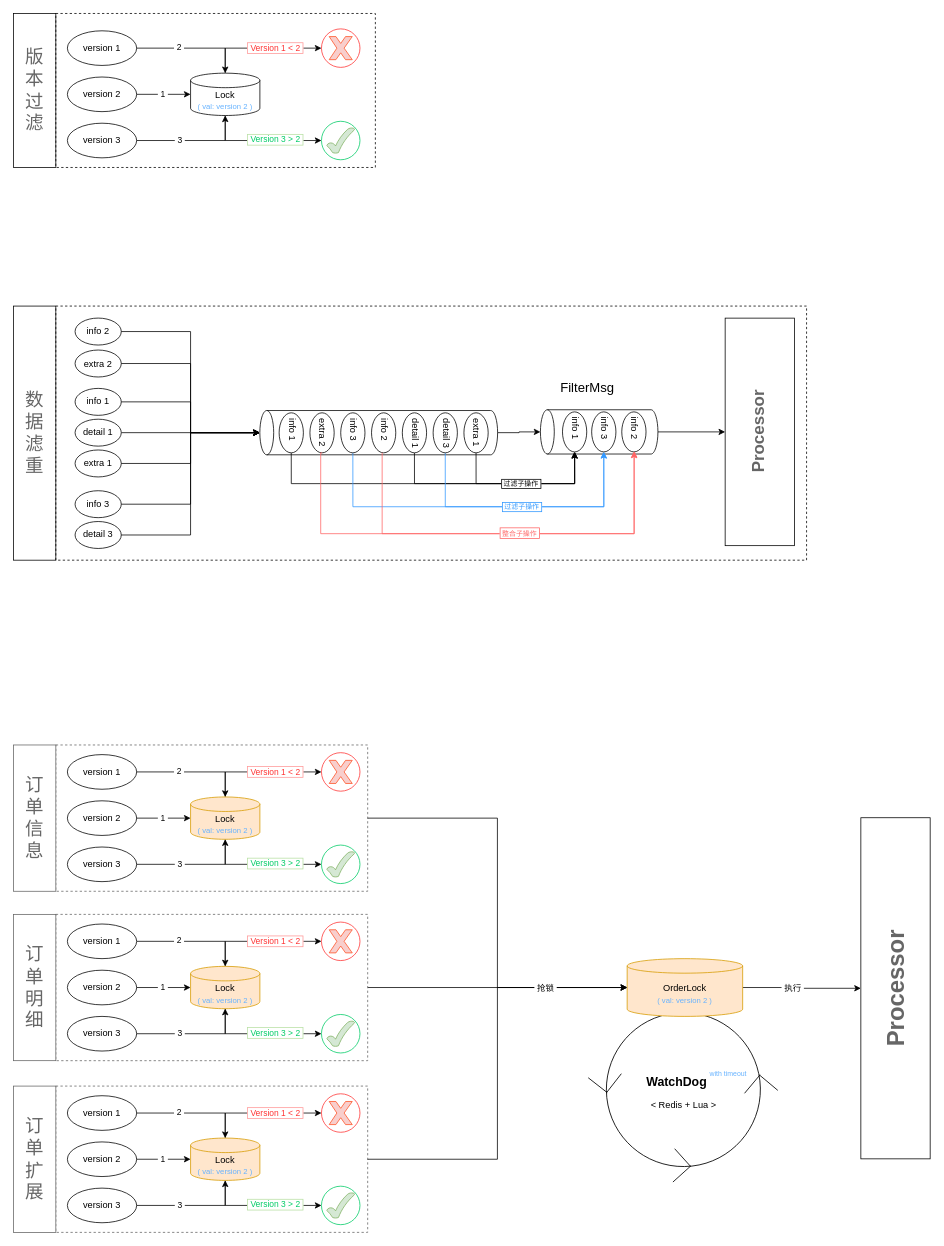
Earlier version of the draw.io diagram page "解决方案" (5 of 5) of order2es-arch-flow.drawio (kugouming/flow-process). Source tidied: cells renumbered, new cells numbered last; positions are measured from the earlier drawing's top-left corner, leaving out a move shared by most shapes. Both pictures are drawn from the tidied source at 77%, with x=0, y=0 at pixel (13, 13).
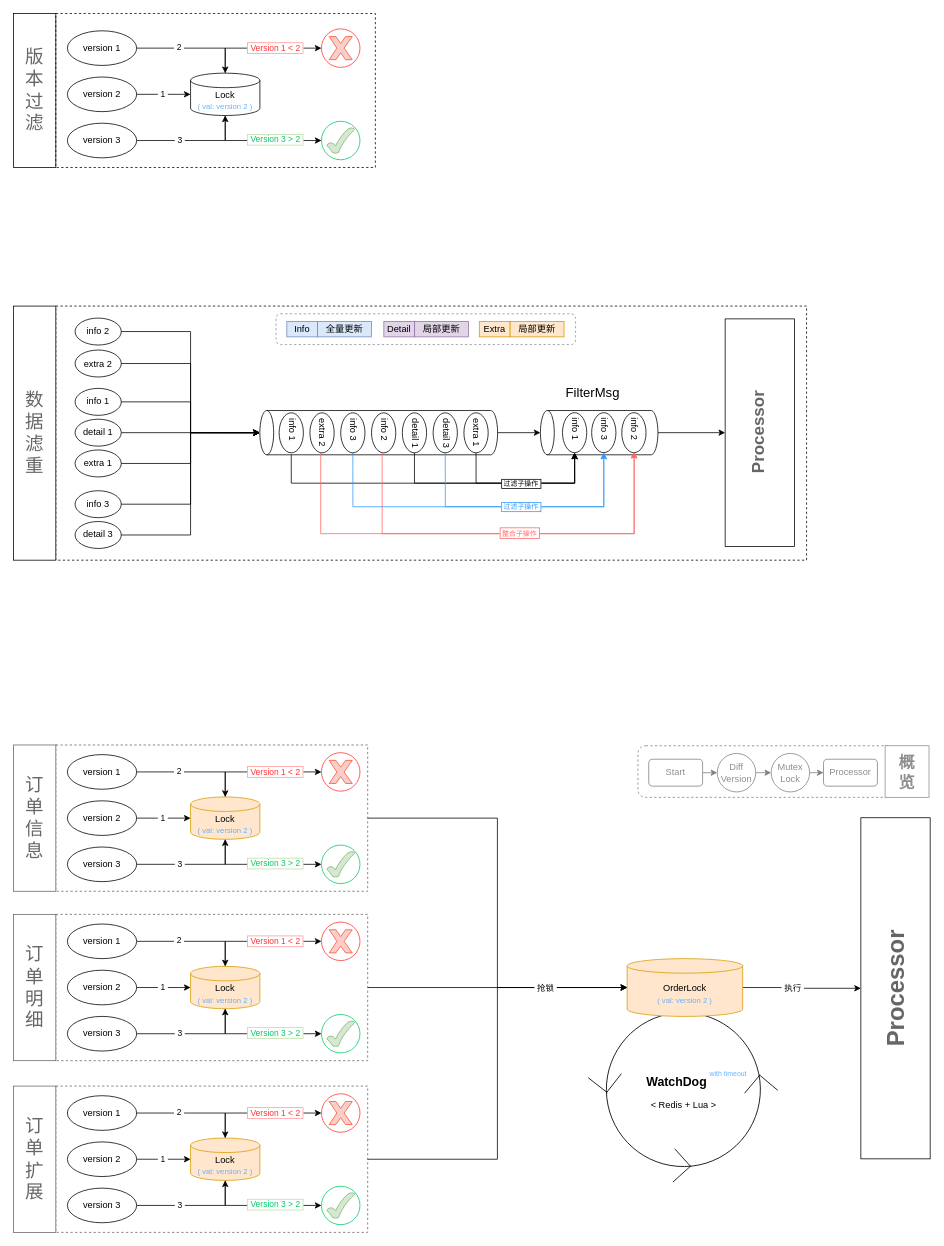
The same diagram, later.

Unchanged cells that the change refers to:
```xml
<mxCell id="36" value="detail 1" style="ellipse;whiteSpace=wrap;html=1;direction=north;textDirection=vertical-lr;verticalAlign=top;flipH=1;flipV=1;" parent="1" vertex="1">
  <mxGeometry x="505" y="518.6" width="31.5" height="52" as="geometry" />
</mxCell>
<mxCell id="39" value="extra 1" style="ellipse;whiteSpace=wrap;html=1;direction=north;textDirection=vertical-lr;verticalAlign=top;flipH=1;flipV=1;" parent="1" vertex="1">
  <mxGeometry x="585" y="518.6" width="31.5" height="52" as="geometry" />
</mxCell>
```

Change to the diagram source:
```diff
@@
+    <mxCell id="33" style="edgeStyle=orthogonalEdgeStyle;rounded=0;jettySize=auto;html=1;exitX=0;exitY=0.5;exitDx=0;exitDy=0;entryX=0;entryY=0.5;entryDx=0;entryDy=0;" parent="1" edge="1" source="34" target="54">
+      <mxGeometry relative="1" as="geometry">
+        <Array as="points">
+          <mxPoint x="361" y="610" />
+          <mxPoint x="729" y="610" />
+        </Array>
+      </mxGeometry>
+    </mxCell>
+    <mxCell id="64" style="rounded=0;whiteSpace=wrap;html=1;fillColor=none;dashed=1;" parent="1" vertex="1">
+      <mxGeometry x="55" y="380" width="975" height="330" as="geometry" />
+    </mxCell>
+    <mxCell id="140" style="rounded=1;whiteSpace=wrap;html=1;fillColor=default;dashed=1;strokeColor=#8F8F8F;" parent="1" vertex="1">
+      <mxGeometry x="341" y="390" width="389" height="40" as="geometry" />
+    </mxCell>
+    <mxCell id="141" style="rounded=1;whiteSpace=wrap;html=1;fillColor=none;dashed=1;strokeColor=#808080;fontColor=#8F8F8F;" parent="1" vertex="1">
+      <mxGeometry x="811" y="951" width="333" height="67" as="geometry" />
+    </mxCell>
@@
     <mxCell id="3" style="shape=cylinder3;whiteSpace=wrap;html=1;boundedLbl=1;backgroundOutline=1;size=8.999999999999886;rotation=-90;" parent="1" vertex="1">
-      <mxGeometry x="731.9" y="467.1" width="57.5" height="152.6" as="geometry" />
+      <mxGeometry x="731.9" y="468.1" width="57.5" height="152.6" as="geometry" />
     </mxCell>
@@
-    <mxCell id="33" style="edgeStyle=orthogonalEdgeStyle;rounded=0;jettySize=auto;html=1;exitX=0;exitY=0.5;exitDx=0;exitDy=0;entryX=0;entryY=0.5;entryDx=0;entryDy=0;" parent="1" edge="1" source="34" target="54">
-      <mxGeometry relative="1" as="geometry">
-        <Array as="points">
-          <mxPoint x="361" y="610.6" />
-          <mxPoint x="729" y="610.6" />
-        </Array>
-      </mxGeometry>
-    </mxCell>
-    <mxCell id="34" value="info 1" style="ellipse;whiteSpace=wrap;html=1;direction=north;textDirection=vertical-lr;verticalAlign=top;flipH=1;flipV=1;" parent="1" vertex="1">
-      <mxGeometry x="345" y="518.6" width="31.5" height="52" as="geometry" />
-    </mxCell>
     <mxCell id="35" style="edgeStyle=orthogonalEdgeStyle;rounded=0;jettySize=auto;html=1;exitX=0;exitY=0.5;exitDx=0;exitDy=0;entryX=0;entryY=0.5;entryDx=0;entryDy=0;" parent="1" edge="1" source="36" target="54">
       <mxGeometry relative="1" as="geometry">
         <Array as="points">
-          <mxPoint x="521" y="610.6" />
-          <mxPoint x="729" y="610.6" />
+          <mxPoint x="521" y="610" />
+          <mxPoint x="729" y="610" />
         </Array>
       </mxGeometry>
     </mxCell>
@@
     <mxCell id="37" style="edgeStyle=orthogonalEdgeStyle;rounded=0;jettySize=auto;html=1;exitX=0;exitY=0.5;exitDx=0;exitDy=0;entryX=0;entryY=0.5;entryDx=0;entryDy=0;" parent="1" edge="1" source="39" target="54">
       <mxGeometry relative="1" as="geometry">
         <Array as="points">
-          <mxPoint x="601" y="610.6" />
-          <mxPoint x="729" y="610.6" />
+          <mxPoint x="601" y="610" />
+          <mxPoint x="729" y="610" />
         </Array>
       </mxGeometry>
     </mxCell>
-    <mxCell id="38" value="&amp;nbsp;过滤子操作&amp;nbsp;" style="edgeLabel;html=1;align=center;verticalAlign=middle;labelBorderColor=default;fontSize=9;" parent="37" vertex="1">
+    <mxCell id="38" value="&lt;span&gt;&amp;nbsp;过滤子操作&amp;nbsp;&lt;/span&gt;" style="edgeLabel;html=1;align=center;verticalAlign=middle;labelBorderColor=default;fontSize=9;" parent="37" vertex="1">
       <mxGeometry x="-0.11" relative="1" as="geometry">
         <mxPoint x="5" as="offset" />
       </mxGeometry>
     </mxCell>
@@
     <mxCell id="53" value="FilterMsg" style="text;html=1;align=center;verticalAlign=middle;strokeColor=none;fillColor=none;fontSize=17;" parent="1" vertex="1">
-      <mxGeometry x="700" y="472.1" width="90" height="30" as="geometry" />
+      <mxGeometry x="707" y="479" width="90" height="30" as="geometry" />
     </mxCell>
     <mxCell id="54" value="info 1" style="ellipse;whiteSpace=wrap;html=1;direction=north;textDirection=vertical-lr;verticalAlign=top;flipH=1;flipV=1;" parent="1" vertex="1">
-      <mxGeometry x="713" y="517.4" width="31.5" height="52" as="geometry" />
+      <mxGeometry x="713" y="518.4" width="31.5" height="52" as="geometry" />
     </mxCell>
     <mxCell id="55" value="info 2" style="ellipse;whiteSpace=wrap;html=1;direction=north;textDirection=vertical-lr;verticalAlign=top;flipH=1;flipV=1;" parent="1" vertex="1">
-      <mxGeometry x="790" y="517.4" width="31.5" height="52" as="geometry" />
+      <mxGeometry x="790" y="518.4" width="31.5" height="52" as="geometry" />
     </mxCell>
     <mxCell id="56" value="info 3" style="ellipse;whiteSpace=wrap;html=1;direction=north;textDirection=vertical-lr;verticalAlign=top;flipH=1;flipV=1;" parent="1" vertex="1">
-      <mxGeometry x="750.9" y="517.4" width="31.5" height="52" as="geometry" />
+      <mxGeometry x="750.9" y="518.4" width="31.5" height="52" as="geometry" />
     </mxCell>
@@
     <mxCell id="62" value="Processor" style="rounded=0;whiteSpace=wrap;html=1;fontStyle=1;fontSize=22;rotation=-90;fontColor=#666666;" parent="1" vertex="1">
-      <mxGeometry x="821.5" y="498.4" width="295.5" height="90" as="geometry" />
+      <mxGeometry x="821.5" y="499.4" width="295.5" height="90" as="geometry" />
     </mxCell>
@@
-    <mxCell id="64" style="rounded=0;whiteSpace=wrap;html=1;fillColor=none;dashed=1;" parent="1" vertex="1">
-      <mxGeometry x="55" y="380" width="975" height="330" as="geometry" />
-    </mxCell>
@@
+    <mxCell id="142" value="Info" style="rounded=0;whiteSpace=wrap;html=1;fillColor=#dae8fc;strokeColor=#6c8ebf;glass=0;shadow=0;" parent="1" vertex="1">
+      <mxGeometry x="355" y="400" width="40" height="20" as="geometry" />
+    </mxCell>
+    <mxCell id="143" value="全量更新" style="rounded=0;whiteSpace=wrap;html=1;fillColor=#dae8fc;strokeColor=#6c8ebf;glass=0;shadow=0;" parent="1" vertex="1">
+      <mxGeometry x="395" y="400" width="70" height="20" as="geometry" />
+    </mxCell>
+    <mxCell id="144" value="Detail" style="rounded=0;whiteSpace=wrap;html=1;fillColor=#e1d5e7;strokeColor=#9673a6;" parent="1" vertex="1">
+      <mxGeometry x="481" y="400" width="40" height="20" as="geometry" />
+    </mxCell>
+    <mxCell id="145" value="局部更新" style="rounded=0;whiteSpace=wrap;html=1;fillColor=#e1d5e7;strokeColor=#9673a6;" parent="1" vertex="1">
+      <mxGeometry x="521" y="400" width="70" height="20" as="geometry" />
+    </mxCell>
+    <mxCell id="146" value="Extra" style="rounded=0;whiteSpace=wrap;html=1;fillColor=#ffe6cc;strokeColor=#d79b00;" parent="1" vertex="1">
+      <mxGeometry x="605" y="400" width="40" height="20" as="geometry" />
+    </mxCell>
+    <mxCell id="147" value="局部更新" style="rounded=0;whiteSpace=wrap;html=1;fillColor=#ffe6cc;strokeColor=#d79b00;" parent="1" vertex="1">
+      <mxGeometry x="645" y="400" width="70" height="20" as="geometry" />
+    </mxCell>
+    <mxCell id="148" style="edgeStyle=orthogonalEdgeStyle;rounded=0;jettySize=auto;html=1;exitX=1;exitY=0.5;exitDx=0;exitDy=0;entryX=0;entryY=0.5;entryDx=0;entryDy=0;strokeColor=#808080;fontColor=#8F8F8F;" parent="1" edge="1" source="149" target="151">
+      <mxGeometry relative="1" as="geometry" />
+    </mxCell>
+    <mxCell id="149" value="Diff Version" style="ellipse;whiteSpace=wrap;html=1;strokeColor=#808080;fontColor=#8F8F8F;" parent="1" vertex="1">
+      <mxGeometry x="914" y="961" width="50" height="50" as="geometry" />
+    </mxCell>
+    <mxCell id="150" style="edgeStyle=orthogonalEdgeStyle;rounded=0;jettySize=auto;html=1;exitX=1;exitY=0.5;exitDx=0;exitDy=0;entryX=0;entryY=0.5;entryDx=0;entryDy=0;strokeColor=#808080;fontColor=#8F8F8F;" parent="1" edge="1" source="151" target="154">
+      <mxGeometry relative="1" as="geometry" />
+    </mxCell>
+    <mxCell id="151" value="Mutex Lock" style="ellipse;whiteSpace=wrap;html=1;strokeColor=#808080;fontColor=#8F8F8F;" parent="1" vertex="1">
+      <mxGeometry x="984" y="961" width="50" height="50" as="geometry" />
+    </mxCell>
+    <mxCell id="152" style="edgeStyle=orthogonalEdgeStyle;rounded=0;jettySize=auto;html=1;exitX=1;exitY=0.5;exitDx=0;exitDy=0;entryX=0;entryY=0.5;entryDx=0;entryDy=0;strokeColor=#808080;fontColor=#8F8F8F;" parent="1" edge="1" source="153" target="149">
+      <mxGeometry relative="1" as="geometry" />
+    </mxCell>
+    <mxCell id="153" value="Start" style="rounded=1;whiteSpace=wrap;html=1;strokeColor=#808080;fontColor=#8F8F8F;" parent="1" vertex="1">
+      <mxGeometry x="825" y="968.5" width="70" height="35" as="geometry" />
+    </mxCell>
+    <mxCell id="154" value="Processor" style="rounded=1;whiteSpace=wrap;html=1;strokeColor=#808080;fontColor=#8F8F8F;" parent="1" vertex="1">
+      <mxGeometry x="1052" y="968.5" width="70" height="35" as="geometry" />
+    </mxCell>
+    <mxCell id="155" value="&lt;font style=&quot;font-size: 21px;&quot;&gt;&lt;b&gt;概&lt;/b&gt;&lt;/font&gt;&lt;div&gt;&lt;font style=&quot;font-size: 21px;&quot;&gt;&lt;b&gt;览&lt;/b&gt;&lt;/font&gt;&lt;/div&gt;" style="rounded=0;whiteSpace=wrap;html=1;fontColor=#8F8F8F;strokeColor=#8F8F8F;" parent="1" vertex="1">
+      <mxGeometry x="1132" y="951" width="57" height="67" as="geometry" />
+    </mxCell>
+    <mxCell id="34" value="info 1" style="ellipse;whiteSpace=wrap;html=1;direction=north;textDirection=vertical-lr;verticalAlign=top;flipH=1;flipV=1;" parent="1" vertex="1">
+      <mxGeometry x="345" y="518.6" width="31.5" height="52" as="geometry" />
+    </mxCell>
```
